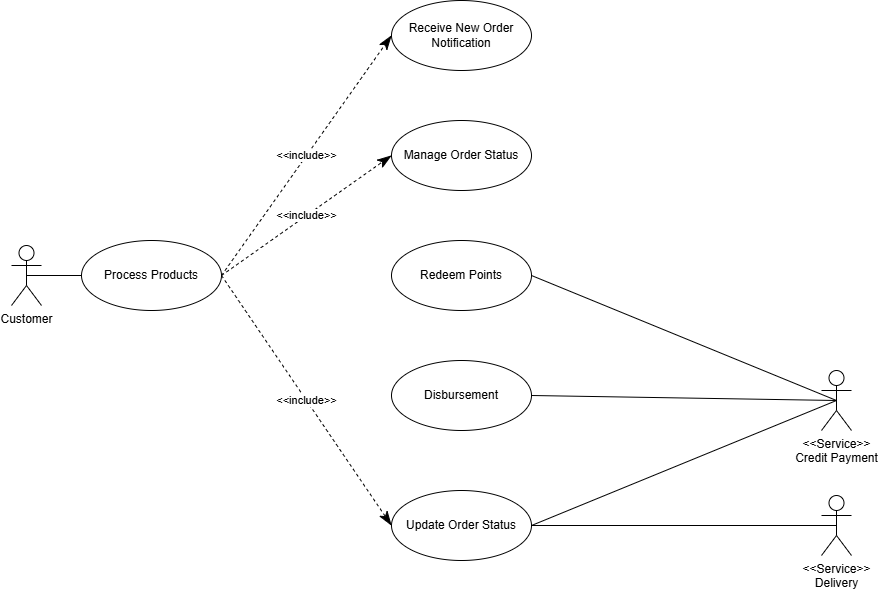
The draw.io diagram docs/usecases/detailed/process_products.drawio.png in Thu-sunrise/cloud_computing, before a commit. Source tidied: cells renumbered, new cells last; positions are measured from the earlier drawing's top-left corner, leaving out a move shared by most shapes. The source it was exported from:
```xml
<mxGraphModel>
  <root>
    <mxCell id="0" />
    <mxCell id="1" parent="0" />
    <mxCell id="2" value="Process Products" style="ellipse;whiteSpace=wrap;html=1;" parent="1" vertex="1">
      <mxGeometry x="70" y="240" width="140" height="70" as="geometry" />
    </mxCell>
    <mxCell id="3" value="Receive New Order Notification" style="ellipse;whiteSpace=wrap;html=1;" parent="1" vertex="1">
      <mxGeometry x="380" width="140" height="70" as="geometry" />
    </mxCell>
    <mxCell id="4" value="Update Order Status" style="ellipse;whiteSpace=wrap;html=1;" parent="1" vertex="1">
      <mxGeometry x="380" y="490" width="140" height="70" as="geometry" />
    </mxCell>
    <mxCell id="5" value="Manage Order Status" style="ellipse;whiteSpace=wrap;html=1;" parent="1" vertex="1">
      <mxGeometry x="380" y="120" width="140" height="70" as="geometry" />
    </mxCell>
    <mxCell id="6" value="&amp;lt;&amp;lt;include&amp;gt;&amp;gt;" style="endArrow=classicThin;endSize=12;dashed=1;html=1;rounded=0;exitX=1;exitY=0.5;exitDx=0;exitDy=0;entryX=0;entryY=0.5;entryDx=0;entryDy=0;endFill=1;" parent="1" edge="1" source="2" target="3">
      <mxGeometry relative="1" as="geometry" />
    </mxCell>
    <mxCell id="7" value="&amp;lt;&amp;lt;include&amp;gt;&amp;gt;" style="endArrow=classicThin;endSize=12;dashed=1;html=1;rounded=0;entryX=0;entryY=0.5;entryDx=0;entryDy=0;exitX=1;exitY=0.5;exitDx=0;exitDy=0;endFill=1;" parent="1" edge="1" source="2" target="5">
      <mxGeometry relative="1" as="geometry" />
    </mxCell>
    <mxCell id="8" value="&amp;lt;&amp;lt;include&amp;gt;&amp;gt;" style="endArrow=classicThin;endSize=12;dashed=1;html=1;rounded=0;entryX=0;entryY=0.5;entryDx=0;entryDy=0;exitX=1;exitY=0.5;exitDx=0;exitDy=0;endFill=1;" parent="1" edge="1" source="2" target="4">
      <mxGeometry relative="1" as="geometry" />
    </mxCell>
    <mxCell id="9" value="Customer" style="shape=umlActor;verticalLabelPosition=bottom;verticalAlign=top;html=1;" parent="1" vertex="1">
      <mxGeometry y="245" width="30" height="60" as="geometry" />
    </mxCell>
    <mxCell id="10" style="endArrow=none;html=1;rounded=0;exitX=0.5;exitY=0.5;exitDx=0;exitDy=0;exitPerimeter=0;entryX=0;entryY=0.5;entryDx=0;entryDy=0;" parent="1" edge="1" source="9" target="2">
      <mxGeometry relative="1" as="geometry" />
    </mxCell>
    <mxCell id="11" value="&amp;lt;&amp;lt;Service&amp;gt;&amp;gt;&lt;br&gt;Delivery" style="shape=umlActor;verticalLabelPosition=bottom;verticalAlign=top;html=1;" parent="1" vertex="1">
      <mxGeometry x="810" y="495" width="30" height="60" as="geometry" />
    </mxCell>
    <mxCell id="12" value="&amp;lt;&amp;lt;Service&amp;gt;&amp;gt;&lt;div&gt;Credit Payment&lt;/div&gt;" style="shape=umlActor;verticalLabelPosition=bottom;verticalAlign=top;html=1;" parent="1" vertex="1">
      <mxGeometry x="810" y="370" width="30" height="60" as="geometry" />
    </mxCell>
    <mxCell id="13" style="endArrow=none;html=1;rounded=0;entryX=0.5;entryY=0.5;entryDx=0;entryDy=0;entryPerimeter=0;exitX=1;exitY=0.5;exitDx=0;exitDy=0;" parent="1" edge="1" source="4" target="12">
      <mxGeometry relative="1" as="geometry" />
    </mxCell>
    <mxCell id="14" style="endArrow=none;html=1;rounded=0;entryX=0.5;entryY=0.5;entryDx=0;entryDy=0;entryPerimeter=0;exitX=1;exitY=0.5;exitDx=0;exitDy=0;" parent="1" edge="1" source="4" target="11">
      <mxGeometry relative="1" as="geometry" />
    </mxCell>
    <mxCell id="15" value="Disbursement" style="ellipse;whiteSpace=wrap;html=1;" parent="1" vertex="1">
      <mxGeometry x="380" y="360" width="140" height="70" as="geometry" />
    </mxCell>
    <mxCell id="16" value="Redeem Points" style="ellipse;whiteSpace=wrap;html=1;" parent="1" vertex="1">
      <mxGeometry x="380" y="240" width="140" height="70" as="geometry" />
    </mxCell>
    <mxCell id="17" style="endArrow=none;html=1;rounded=0;entryX=1;entryY=0.5;entryDx=0;entryDy=0;exitX=0.5;exitY=0.5;exitDx=0;exitDy=0;exitPerimeter=0;" parent="1" edge="1" source="12" target="16">
      <mxGeometry relative="1" as="geometry" />
    </mxCell>
    <mxCell id="18" style="endArrow=none;html=1;rounded=0;exitX=0.5;exitY=0.5;exitDx=0;exitDy=0;exitPerimeter=0;entryX=1;entryY=0.5;entryDx=0;entryDy=0;" parent="1" edge="1" source="12" target="15">
      <mxGeometry relative="1" as="geometry" />
    </mxCell>
  </root>
</mxGraphModel>
```
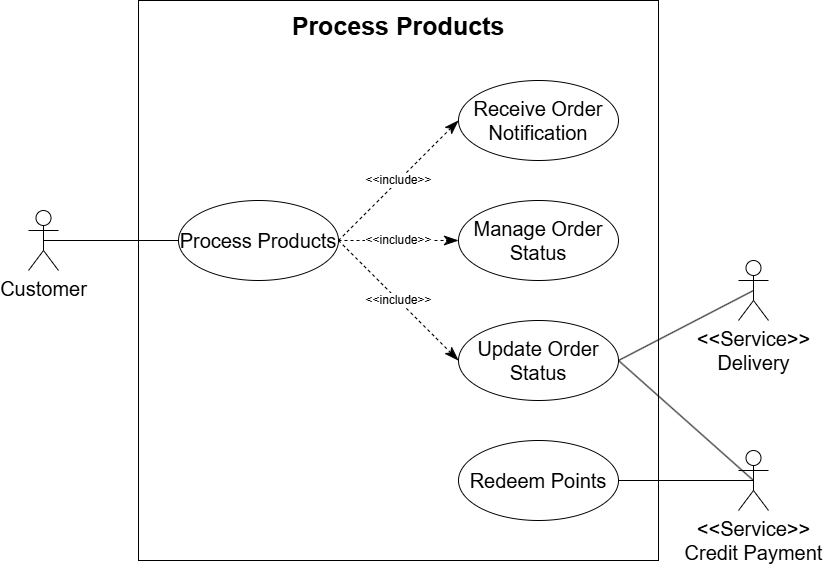
The same file after the commit.

Diff of the diagram source:
```diff
@@ -1,57 +1,57 @@
-<mxGraphModel>
+<mxGraphModel background="#ffffff">
   <root>
     <mxCell id="0" />
     <mxCell id="1" parent="0" />
+    <mxCell id="18" style="rounded=0;whiteSpace=wrap;html=1;" parent="1" vertex="1">
+      <mxGeometry x="70" y="-80" width="520" height="560" as="geometry" />
+    </mxCell>
-    <mxCell id="2" value="Process Products" style="ellipse;whiteSpace=wrap;html=1;" parent="1" vertex="1">
-      <mxGeometry x="70" y="240" width="140" height="70" as="geometry" />
+    <mxCell id="2" value="Process Products" style="ellipse;whiteSpace=wrap;html=1;fontSize=20;" parent="1" vertex="1">
+      <mxGeometry x="110" y="120" width="160" height="80" as="geometry" />
     </mxCell>
-    <mxCell id="3" value="Receive New Order Notification" style="ellipse;whiteSpace=wrap;html=1;" parent="1" vertex="1">
-      <mxGeometry x="380" width="140" height="70" as="geometry" />
+    <mxCell id="3" value="Receive Order Notification" style="ellipse;whiteSpace=wrap;html=1;fontSize=20;" parent="1" vertex="1">
+      <mxGeometry x="390" width="160" height="80" as="geometry" />
     </mxCell>
-    <mxCell id="4" value="Update Order Status" style="ellipse;whiteSpace=wrap;html=1;" parent="1" vertex="1">
-      <mxGeometry x="380" y="490" width="140" height="70" as="geometry" />
+    <mxCell id="4" value="Update Order Status" style="ellipse;whiteSpace=wrap;html=1;fontSize=20;" parent="1" vertex="1">
+      <mxGeometry x="390" y="240" width="160" height="80" as="geometry" />
     </mxCell>
-    <mxCell id="5" value="Manage Order Status" style="ellipse;whiteSpace=wrap;html=1;" parent="1" vertex="1">
-      <mxGeometry x="380" y="120" width="140" height="70" as="geometry" />
+    <mxCell id="5" value="Manage Order Status" style="ellipse;whiteSpace=wrap;html=1;fontSize=20;" parent="1" vertex="1">
+      <mxGeometry x="390" y="120" width="160" height="80" as="geometry" />
     </mxCell>
-    <mxCell id="6" value="&amp;lt;&amp;lt;include&amp;gt;&amp;gt;" style="endArrow=classicThin;endSize=12;dashed=1;html=1;rounded=0;exitX=1;exitY=0.5;exitDx=0;exitDy=0;entryX=0;entryY=0.5;entryDx=0;entryDy=0;endFill=1;" parent="1" edge="1" source="2" target="3">
+    <mxCell id="6" value="&amp;lt;&amp;lt;include&amp;gt;&amp;gt;" style="endArrow=classicThin;endSize=12;dashed=1;html=1;rounded=0;exitX=1;exitY=0.5;exitDx=0;exitDy=0;entryX=0;entryY=0.5;entryDx=0;entryDy=0;endFill=1;fontSize=12;" parent="1" edge="1" source="2" target="3">
       <mxGeometry relative="1" as="geometry" />
     </mxCell>
-    <mxCell id="7" value="&amp;lt;&amp;lt;include&amp;gt;&amp;gt;" style="endArrow=classicThin;endSize=12;dashed=1;html=1;rounded=0;entryX=0;entryY=0.5;entryDx=0;entryDy=0;exitX=1;exitY=0.5;exitDx=0;exitDy=0;endFill=1;" parent="1" edge="1" source="2" target="5">
+    <mxCell id="7" value="&amp;lt;&amp;lt;include&amp;gt;&amp;gt;" style="endArrow=classicThin;endSize=12;dashed=1;html=1;rounded=0;entryX=0;entryY=0.5;entryDx=0;entryDy=0;exitX=1;exitY=0.5;exitDx=0;exitDy=0;endFill=1;fontSize=12;" parent="1" edge="1" source="2" target="5">
       <mxGeometry relative="1" as="geometry" />
     </mxCell>
-    <mxCell id="8" value="&amp;lt;&amp;lt;include&amp;gt;&amp;gt;" style="endArrow=classicThin;endSize=12;dashed=1;html=1;rounded=0;entryX=0;entryY=0.5;entryDx=0;entryDy=0;exitX=1;exitY=0.5;exitDx=0;exitDy=0;endFill=1;" parent="1" edge="1" source="2" target="4">
+    <mxCell id="8" value="&amp;lt;&amp;lt;include&amp;gt;&amp;gt;" style="endArrow=classicThin;endSize=12;dashed=1;html=1;rounded=0;entryX=0;entryY=0.5;entryDx=0;entryDy=0;exitX=1;exitY=0.5;exitDx=0;exitDy=0;endFill=1;fontSize=12;" parent="1" edge="1" source="2" target="4">
       <mxGeometry relative="1" as="geometry" />
     </mxCell>
-    <mxCell id="9" value="Customer" style="shape=umlActor;verticalLabelPosition=bottom;verticalAlign=top;html=1;" parent="1" vertex="1">
-      <mxGeometry y="245" width="30" height="60" as="geometry" />
+    <mxCell id="9" value="Customer" style="shape=umlActor;verticalLabelPosition=bottom;verticalAlign=top;html=1;fontSize=20;" parent="1" vertex="1">
+      <mxGeometry x="-40" y="130" width="30" height="60" as="geometry" />
     </mxCell>
-    <mxCell id="10" style="endArrow=none;html=1;rounded=0;exitX=0.5;exitY=0.5;exitDx=0;exitDy=0;exitPerimeter=0;entryX=0;entryY=0.5;entryDx=0;entryDy=0;" parent="1" edge="1" source="9" target="2">
+    <mxCell id="10" style="endArrow=none;html=1;rounded=0;exitX=0.5;exitY=0.5;exitDx=0;exitDy=0;exitPerimeter=0;entryX=0;entryY=0.5;entryDx=0;entryDy=0;fontSize=20;" parent="1" edge="1" source="9" target="2">
       <mxGeometry relative="1" as="geometry" />
     </mxCell>
-    <mxCell id="11" value="&amp;lt;&amp;lt;Service&amp;gt;&amp;gt;&lt;br&gt;Delivery" style="shape=umlActor;verticalLabelPosition=bottom;verticalAlign=top;html=1;" parent="1" vertex="1">
-      <mxGeometry x="810" y="495" width="30" height="60" as="geometry" />
+    <mxCell id="11" value="&amp;lt;&amp;lt;Service&amp;gt;&amp;gt;&lt;br&gt;Delivery" style="shape=umlActor;verticalLabelPosition=bottom;verticalAlign=top;html=1;fontSize=20;" parent="1" vertex="1">
+      <mxGeometry x="670" y="180" width="30" height="60" as="geometry" />
     </mxCell>
-    <mxCell id="12" value="&amp;lt;&amp;lt;Service&amp;gt;&amp;gt;&lt;div&gt;Credit Payment&lt;/div&gt;" style="shape=umlActor;verticalLabelPosition=bottom;verticalAlign=top;html=1;" parent="1" vertex="1">
-      <mxGeometry x="810" y="370" width="30" height="60" as="geometry" />
+    <mxCell id="12" value="&amp;lt;&amp;lt;Service&amp;gt;&amp;gt;&lt;div&gt;Credit Payment&lt;/div&gt;" style="shape=umlActor;verticalLabelPosition=bottom;verticalAlign=top;html=1;fontSize=20;" parent="1" vertex="1">
+      <mxGeometry x="670" y="370" width="30" height="60" as="geometry" />
     </mxCell>
-    <mxCell id="13" style="endArrow=none;html=1;rounded=0;entryX=0.5;entryY=0.5;entryDx=0;entryDy=0;entryPerimeter=0;exitX=1;exitY=0.5;exitDx=0;exitDy=0;" parent="1" edge="1" source="4" target="12">
+    <mxCell id="13" style="endArrow=none;html=1;rounded=0;entryX=0.5;entryY=0.5;entryDx=0;entryDy=0;entryPerimeter=0;exitX=1;exitY=0.5;exitDx=0;exitDy=0;fontSize=20;" parent="1" edge="1" source="4" target="12">
       <mxGeometry relative="1" as="geometry" />
     </mxCell>
-    <mxCell id="14" style="endArrow=none;html=1;rounded=0;entryX=0.5;entryY=0.5;entryDx=0;entryDy=0;entryPerimeter=0;exitX=1;exitY=0.5;exitDx=0;exitDy=0;" parent="1" edge="1" source="4" target="11">
+    <mxCell id="14" style="endArrow=none;html=1;rounded=0;entryX=0.5;entryY=0.5;entryDx=0;entryDy=0;entryPerimeter=0;exitX=1;exitY=0.5;exitDx=0;exitDy=0;fontSize=20;" parent="1" edge="1" source="4" target="11">
       <mxGeometry relative="1" as="geometry" />
     </mxCell>
-    <mxCell id="15" value="Disbursement" style="ellipse;whiteSpace=wrap;html=1;" parent="1" vertex="1">
-      <mxGeometry x="380" y="360" width="140" height="70" as="geometry" />
-    </mxCell>
-    <mxCell id="16" value="Redeem Points" style="ellipse;whiteSpace=wrap;html=1;" parent="1" vertex="1">
-      <mxGeometry x="380" y="240" width="140" height="70" as="geometry" />
+    <mxCell id="16" value="Redeem Points" style="ellipse;whiteSpace=wrap;html=1;fontSize=20;" parent="1" vertex="1">
+      <mxGeometry x="390" y="360" width="160" height="80" as="geometry" />
     </mxCell>
-    <mxCell id="17" style="endArrow=none;html=1;rounded=0;entryX=1;entryY=0.5;entryDx=0;entryDy=0;exitX=0.5;exitY=0.5;exitDx=0;exitDy=0;exitPerimeter=0;" parent="1" edge="1" source="12" target="16">
+    <mxCell id="17" style="endArrow=none;html=1;rounded=0;entryX=1;entryY=0.5;entryDx=0;entryDy=0;exitX=0.5;exitY=0.5;exitDx=0;exitDy=0;exitPerimeter=0;fontSize=20;" parent="1" edge="1" source="12" target="16">
       <mxGeometry relative="1" as="geometry" />
     </mxCell>
-    <mxCell id="18" style="endArrow=none;html=1;rounded=0;exitX=0.5;exitY=0.5;exitDx=0;exitDy=0;exitPerimeter=0;entryX=1;entryY=0.5;entryDx=0;entryDy=0;" parent="1" edge="1" source="12" target="15">
-      <mxGeometry relative="1" as="geometry" />
-    </mxCell>
+    <mxCell id="19" value="&lt;font style=&quot;font-size: 25px;&quot;&gt;&lt;b&gt;Process Products&lt;/b&gt;&lt;/font&gt;" style="text;html=1;align=center;verticalAlign=middle;whiteSpace=wrap;rounded=0;" parent="1" vertex="1">
+      <mxGeometry x="210" y="-70" width="240" height="30" as="geometry" />
+    </mxCell>
   </root>
 </mxGraphModel>
```
